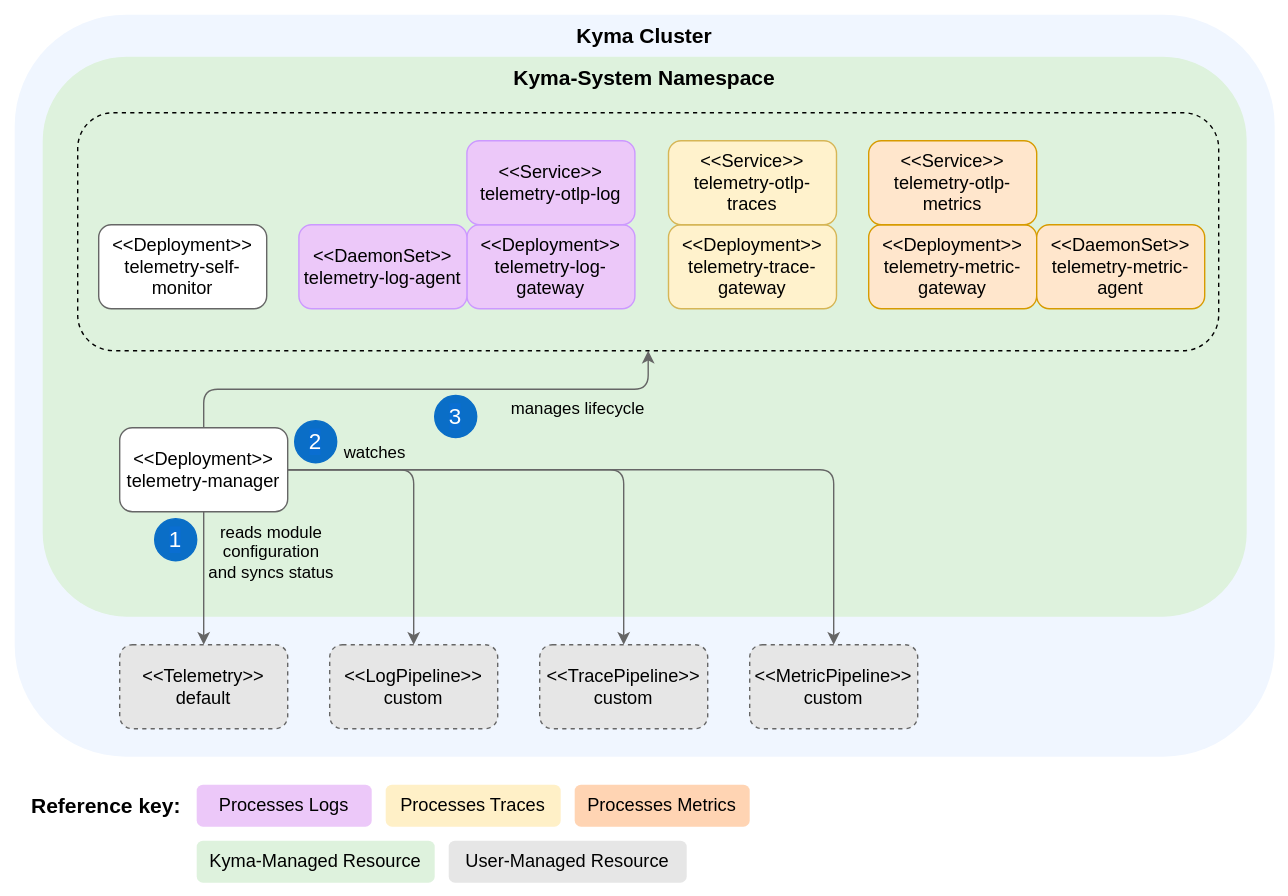
kyma-project/telemetry-manager keeps this draw.io diagram as docs/user/assets/manager-resources.drawio.svg. Above is the earlier version. Source tidied: cells renumbered, new cells last; positions are measured from the earlier drawing's top-left corner, leaving out a move shared by most shapes.
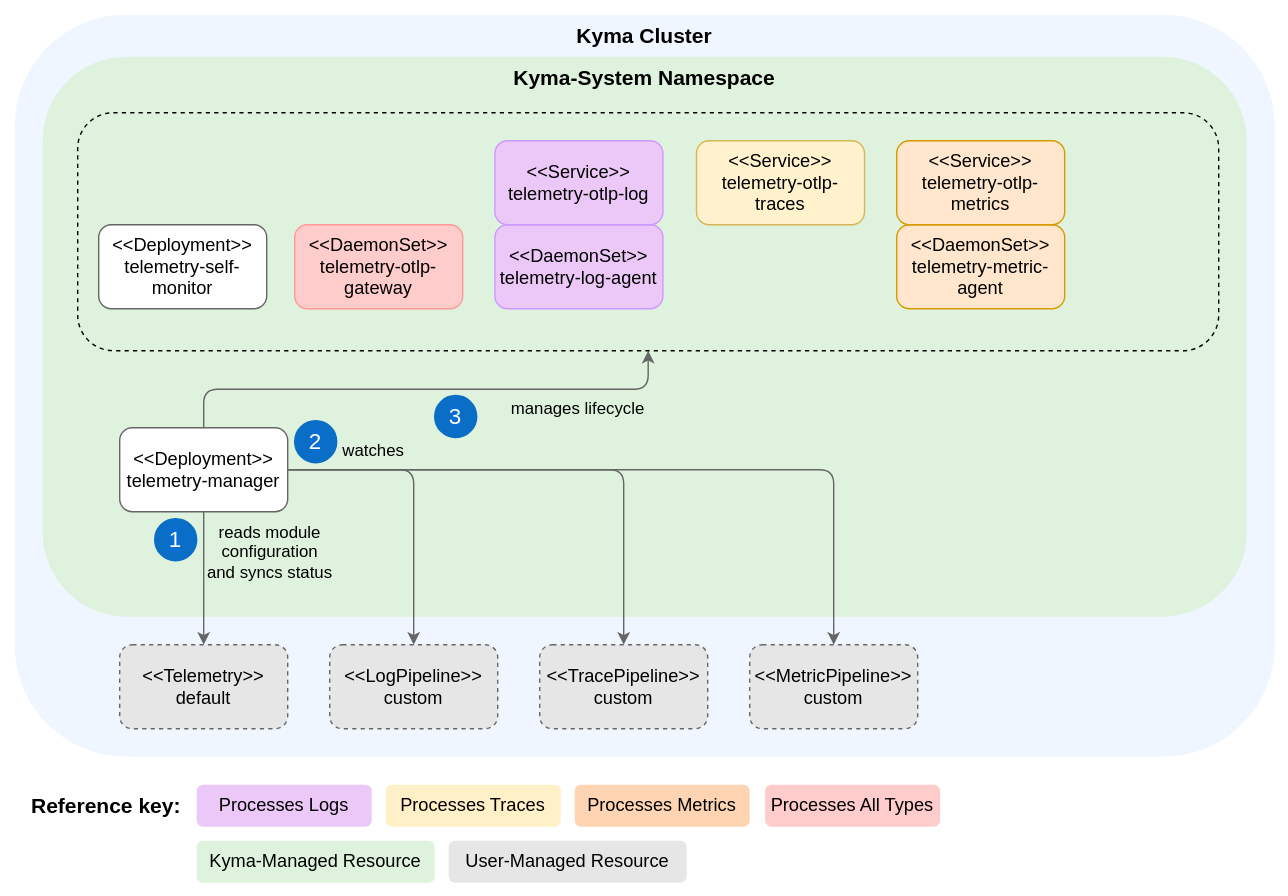
After the commit.

What changed in the source:
```diff
@@ -71,23 +71,20 @@
     <mxCell id="22" style="rounded=1;whiteSpace=wrap;html=1;dashed=1;fontSize=13;fillColor=none;" parent="1" vertex="1">
       <mxGeometry x="55" y="80" width="815" height="170" as="geometry" />
     </mxCell>
-    <mxCell id="23" value="&lt;font style=&quot;font-size: 13px;&quot;&gt;&amp;lt;&amp;lt;Deployment&amp;gt;&amp;gt;&lt;br style=&quot;font-size: 13px;&quot;&gt;telemetry-trace-gateway&lt;/font&gt;" style="rounded=1;whiteSpace=wrap;html=1;strokeColor=#d6b656;fillColor=#fff2cc;fontSize=13;" parent="1" vertex="1">
-      <mxGeometry x="477" y="160" width="120" height="60" as="geometry" />
+    <mxCell id="23" value="&lt;font style=&quot;font-size: 13px;&quot;&gt;&amp;lt;&amp;lt;DaemonSet&amp;gt;&amp;gt;&lt;br style=&quot;font-size: 13px;&quot;&gt;telemetry-otlp-gateway&lt;/font&gt;" style="rounded=1;whiteSpace=wrap;html=1;strokeColor=#FF9999;fillColor=#FFCCCC;fontSize=13;" parent="1" vertex="1">
+      <mxGeometry x="210" y="160" width="120" height="60" as="geometry" />
     </mxCell>
     <mxCell id="24" value="&amp;lt;&amp;lt;Service&amp;gt;&amp;gt;&lt;br style=&quot;font-size: 13px;&quot;&gt;telemetry-otlp-traces" style="rounded=1;whiteSpace=wrap;html=1;strokeColor=#d6b656;fontSize=13;fillColor=#fff2cc;" parent="1" vertex="1">
-      <mxGeometry x="477" y="100" width="120" height="60" as="geometry" />
+      <mxGeometry x="497" y="100" width="120" height="60" as="geometry" />
     </mxCell>
     <mxCell id="25" value="&amp;lt;&amp;lt;Deployment&amp;gt;&amp;gt;&lt;br style=&quot;font-size: 13px;&quot;&gt;telemetry-self-monitor" style="rounded=1;whiteSpace=wrap;html=1;strokeColor=#666666;fontSize=13;fillColor=#FFFFFF;" parent="1" vertex="1">
       <mxGeometry x="70" y="160" width="120" height="60" as="geometry" />
     </mxCell>
-    <mxCell id="26" value="&amp;lt;&amp;lt;Deployment&amp;gt;&amp;gt;&lt;br style=&quot;font-size: 13px;&quot;&gt;telemetry-metric-gateway" style="rounded=1;whiteSpace=wrap;html=1;strokeColor=#d79b00;fontSize=13;fillColor=#ffe6cc;" parent="1" vertex="1">
-      <mxGeometry x="620" y="160" width="120" height="60" as="geometry" />
-    </mxCell>
     <mxCell id="27" value="&amp;lt;&amp;lt;DaemonSet&amp;gt;&amp;gt;&lt;br style=&quot;font-size: 13px;&quot;&gt;telemetry-metric-agent" style="rounded=1;whiteSpace=wrap;html=1;strokeColor=#d79b00;fontSize=13;fillColor=#ffe6cc;" parent="1" vertex="1">
-      <mxGeometry x="740" y="160" width="120" height="60" as="geometry" />
+      <mxGeometry x="640" y="160" width="120" height="60" as="geometry" />
     </mxCell>
     <mxCell id="28" value="&amp;lt;&amp;lt;Service&amp;gt;&amp;gt;&lt;br style=&quot;font-size: 13px;&quot;&gt;telemetry-otlp-metrics" style="rounded=1;whiteSpace=wrap;html=1;strokeColor=#d79b00;fontSize=13;fillColor=#ffe6cc;" parent="1" vertex="1">
-      <mxGeometry x="620" y="100" width="120" height="60" as="geometry" />
+      <mxGeometry x="640" y="100" width="120" height="60" as="geometry" />
     </mxCell>
     <mxCell id="29" value="&lt;span style=&quot;font-size: 16px;&quot;&gt;2&lt;/span&gt;" style="ellipse;whiteSpace=wrap;html=1;labelBackgroundColor=#0A6ED1;fontColor=#FFFFFF;fillColor=#0A6EC7;strokeColor=#0A6EC7;" parent="1" vertex="1">
       <mxGeometry x="210" y="300" width="30" height="30" as="geometry" />
@@ -104,14 +101,14 @@
     <mxCell id="33" value="&lt;span style=&quot;color: rgb(0, 0, 0); font-family: Helvetica; font-size: 13px; font-style: normal; font-variant-ligatures: normal; font-variant-caps: normal; font-weight: 400; letter-spacing: normal; orphans: 2; text-indent: 0px; text-transform: none; widows: 2; word-spacing: 0px; -webkit-text-stroke-width: 0px; text-decoration-thickness: initial; text-decoration-style: initial; text-decoration-color: initial; float: none; display: inline !important;&quot;&gt;Kyma-Managed Resource&lt;/span&gt;" style="text;whiteSpace=wrap;html=1;strokeColor=none;rounded=1;fillColor=#def2dd;align=center;" parent="1" vertex="1">
       <mxGeometry x="140" y="600" width="170" height="30" as="geometry" />
     </mxCell>
-    <mxCell id="34" value="&amp;lt;&amp;lt;Deployment&amp;gt;&amp;gt;&lt;br style=&quot;font-size: 13px;&quot;&gt;telemetry-log-gateway" style="rounded=1;whiteSpace=wrap;html=1;strokeColor=#CC99FF;fontSize=13;fillColor=#ECC8F9;" parent="1" vertex="1">
-      <mxGeometry x="333" y="160" width="120" height="60" as="geometry" />
-    </mxCell>
     <mxCell id="35" value="&amp;lt;&amp;lt;DaemonSet&amp;gt;&amp;gt;&lt;br style=&quot;font-size: 13px;&quot;&gt;telemetry-log-agent" style="rounded=1;whiteSpace=wrap;html=1;strokeColor=#CC99FF;fontSize=13;fillColor=#ECC8F9;" parent="1" vertex="1">
-      <mxGeometry x="213" y="160" width="120" height="60" as="geometry" />
+      <mxGeometry x="353" y="160" width="120" height="60" as="geometry" />
     </mxCell>
     <mxCell id="36" value="&amp;lt;&amp;lt;Service&amp;gt;&amp;gt;&lt;br style=&quot;font-size: 13px;&quot;&gt;telemetry-otlp-log" style="rounded=1;whiteSpace=wrap;html=1;strokeColor=#CC99FF;fontSize=13;fillColor=#ECC8F9;" parent="1" vertex="1">
-      <mxGeometry x="333" y="100" width="120" height="60" as="geometry" />
+      <mxGeometry x="353" y="100" width="120" height="60" as="geometry" />
     </mxCell>
+    <mxCell id="37" value="&lt;span style=&quot;color: rgb(0, 0, 0); font-family: Helvetica; font-size: 13px; font-style: normal; font-variant-ligatures: normal; font-variant-caps: normal; font-weight: 400; letter-spacing: normal; orphans: 2; text-indent: 0px; text-transform: none; widows: 2; word-spacing: 0px; -webkit-text-stroke-width: 0px; text-decoration-thickness: initial; text-decoration-style: initial; text-decoration-color: initial; float: none; display: inline !important;&quot;&gt;Processes All Types&lt;/span&gt;" style="text;whiteSpace=wrap;html=1;strokeColor=none;rounded=1;fillColor=#FFCCCC;align=center;fontSize=13;" parent="1" vertex="1">
+      <mxGeometry x="546" y="560" width="125" height="30" as="geometry" />
+    </mxCell>
   </root>
 </mxGraphModel>
```
